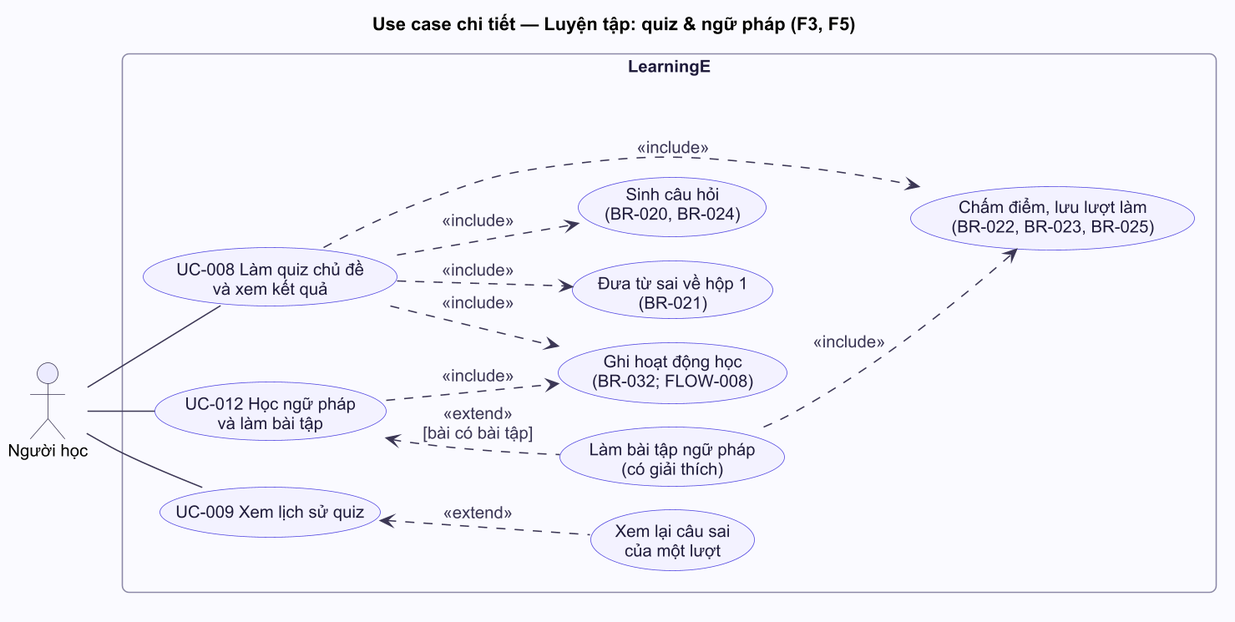
The PlantUML diagram docs/diagrams/usecase/uc-03-quiz-ngu-phap.png in at1308033-sketch/LearningE_app, before a commit.
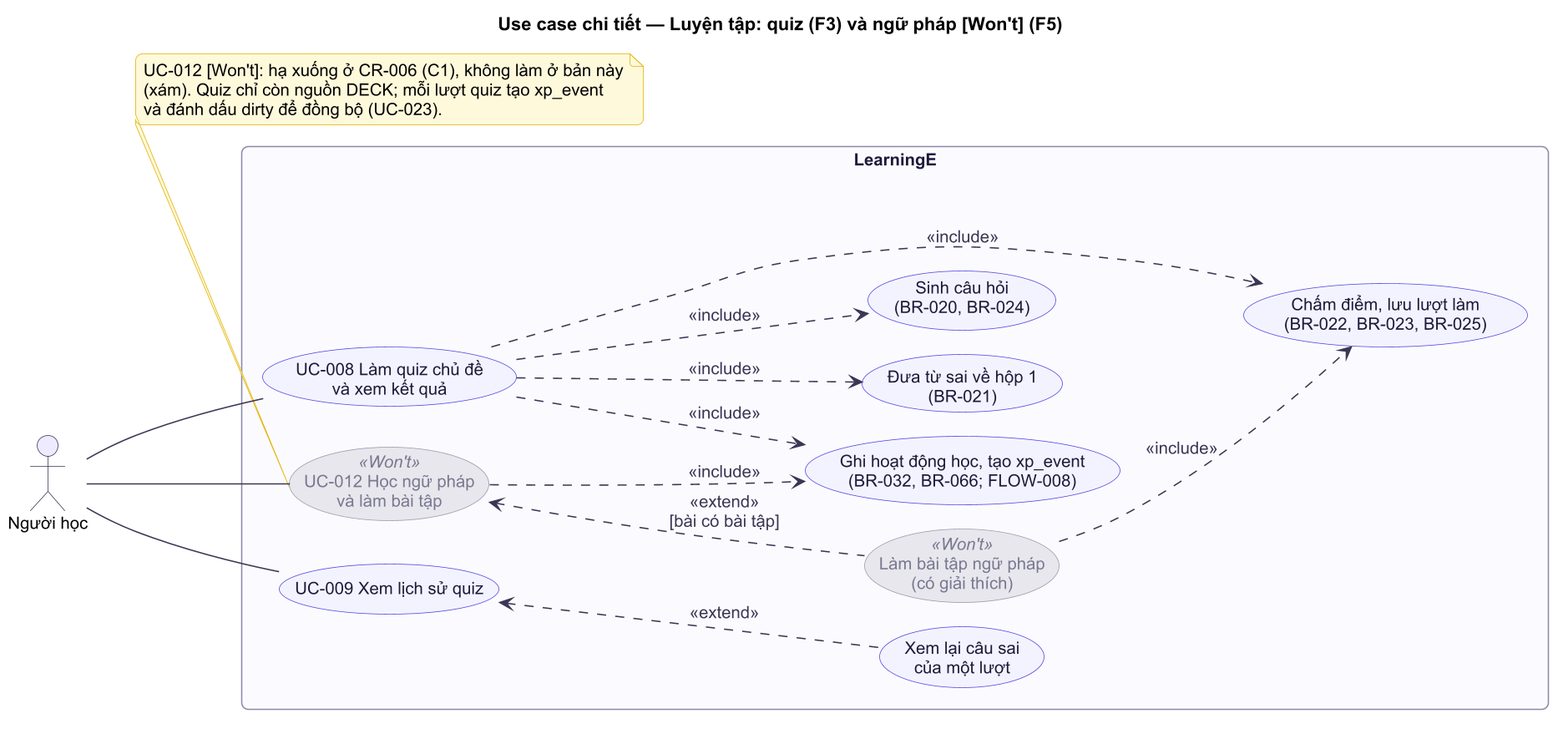
Later version of the same file.

Diff of the diagram source:
```diff
@@ -1,7 +1,12 @@
 @startuml
 !include ../_style.puml
-title Use case chi tiết — Luyện tập: quiz & ngữ pháp (F3, F5)
+title Use case chi tiết — Luyện tập: quiz (F3) và ngữ pháp [Won't] (F5)
 left to right direction
+skinparam usecase<<Won't>> {
+  BackgroundColor #E6E6EC
+  BorderColor #9A98AD
+  FontColor #7A7890
+}
 
 actor "Người học" as N
 
@@ -10,11 +15,11 @@
   usecase "Sinh câu hỏi\n(BR-020, BR-024)" as GEN
   usecase "Chấm điểm, lưu lượt làm\n(BR-022, BR-023, BR-025)" as SCORE
   usecase "Đưa từ sai về hộp 1\n(BR-021)" as WRONG
-  usecase "Ghi hoạt động học\n(BR-032; FLOW-008)" as LOG
+  usecase "Ghi hoạt động học, tạo xp_event\n(BR-032, BR-066; FLOW-008)" as LOG
   usecase "UC-009 Xem lịch sử quiz" as UC9
   usecase "Xem lại câu sai\ncủa một lượt" as REV
-  usecase "UC-012 Học ngữ pháp\nvà làm bài tập" as UC12
-  usecase "Làm bài tập ngữ pháp\n(có giải thích)" as EX
+  usecase "UC-012 Học ngữ pháp\nvà làm bài tập" as UC12 <<Won't>>
+  usecase "Làm bài tập ngữ pháp\n(có giải thích)" as EX <<Won't>>
 }
 
 N -- UC8
@@ -29,4 +34,10 @@
 UC12 <.. EX : <<extend>>\n[bài có bài tập]
 EX ..> SCORE : <<include>>
 UC12 ..> LOG : <<include>>
+
+note bottom of UC12
+  UC-012 [Won't]: hạ xuống ở CR-006 (C1), không làm ở bản này
+  (xám). Quiz chỉ còn nguồn DECK; mỗi lượt quiz tạo xp_event
+  và đánh dấu dirty để đồng bộ (UC-023).
+end note
 @enduml
```
